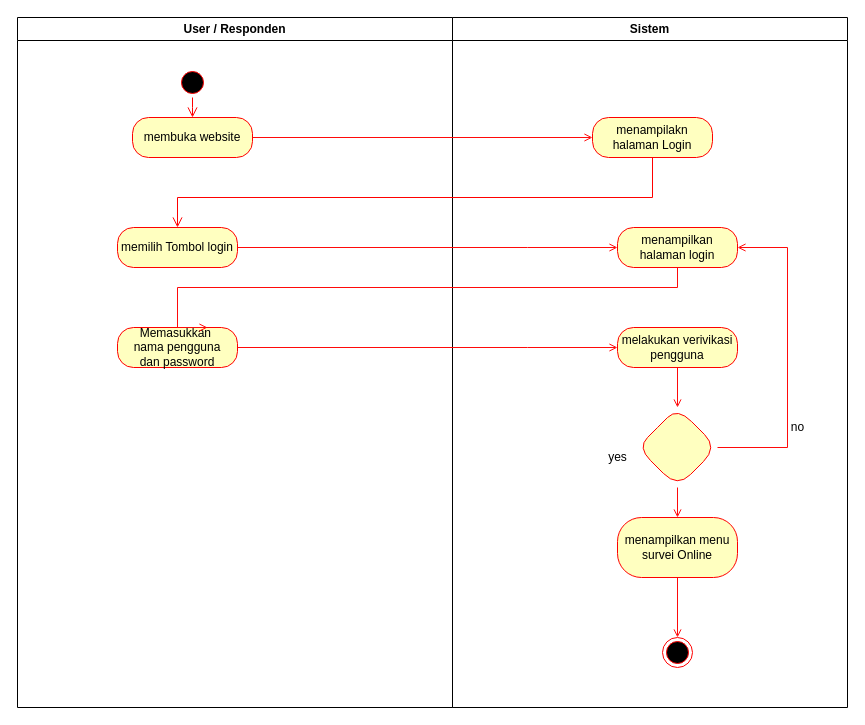
Earlier version of the draw.io diagram Activity Diagram Login Uas.drawio (Tijan01/UAS_APPL). Source tidied: cells renumbered, new cells numbered last; positions are measured from the earlier drawing's top-left corner, leaving out a move shared by most shapes. Both pictures are drawn from the tidied source at 100%, with x=0, y=0 at pixel (17, 17).
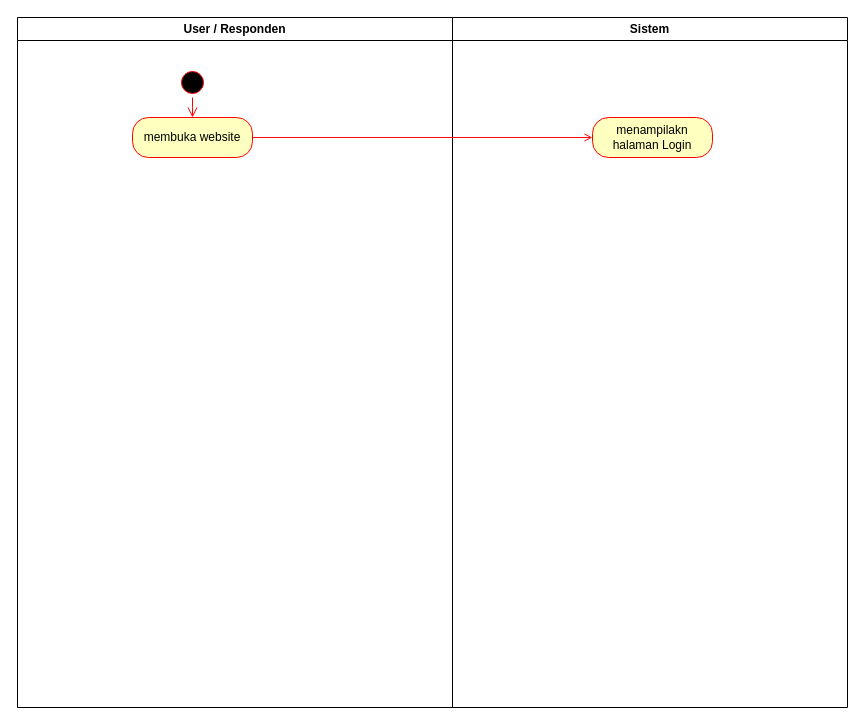
Above is the later version.

Commit message:
Pemutakhiran Activity 1 Uas.drawio

The change refers to these unchanged cells:
```xml
<mxCell id="2" value="User / Responden" style="swimlane;whiteSpace=wrap;startSize=23;" parent="1" vertex="1">
  <mxGeometry width="435" height="690" as="geometry" />
</mxCell>
<mxCell id="6" value="Sistem" style="swimlane;whiteSpace=wrap;" parent="1" vertex="1">
  <mxGeometry x="435" width="395" height="690" as="geometry" />
</mxCell>
<mxCell id="7" value="menampilakn halaman Login" style="rounded=1;whiteSpace=wrap;html=1;arcSize=40;fontColor=#000000;fillColor=#ffffc0;strokeColor=#ff0000;" parent="6" vertex="1">
  <mxGeometry x="140" y="100" width="120" height="40" as="geometry" />
</mxCell>
```

Change to the diagram source:
```diff
@@
-    <mxCell id="4" value="memilih Tombol login" style="rounded=1;whiteSpace=wrap;html=1;arcSize=40;fontColor=#000000;fillColor=#ffffc0;strokeColor=#ff0000;" parent="2" vertex="1">
-      <mxGeometry x="100" y="210" width="120" height="40" as="geometry" />
-    </mxCell>
-    <mxCell id="5" value="Memasukkan&amp;nbsp;&lt;br&gt;nama pengguna&lt;br&gt;dan password" style="rounded=1;whiteSpace=wrap;html=1;arcSize=40;fontColor=#000000;fillColor=#ffffc0;strokeColor=#ff0000;" parent="2" vertex="1">
-      <mxGeometry x="100" y="310" width="120" height="40" as="geometry" />
-    </mxCell>
@@
-    <mxCell id="8" style="edgeStyle=orthogonalEdgeStyle;rounded=0;jettySize=auto;html=1;strokeColor=#FF0A0A;endArrow=open;endFill=0;" parent="6" edge="1" source="9" target="10">
-      <mxGeometry relative="1" as="geometry" />
-    </mxCell>
-    <mxCell id="9" value="melakukan verivikasi pengguna" style="rounded=1;whiteSpace=wrap;html=1;arcSize=40;fontColor=#000000;fillColor=#ffffc0;strokeColor=#ff0000;" parent="6" vertex="1">
-      <mxGeometry x="165" y="310" width="120" height="40" as="geometry" />
-    </mxCell>
-    <mxCell id="10" style="rhombus;whiteSpace=wrap;html=1;fillColor=#ffffc0;strokeColor=#ff0000;fontColor=#000000;rounded=1;arcSize=40;" parent="6" vertex="1">
-      <mxGeometry x="185" y="390" width="80" height="80" as="geometry" />
-    </mxCell>
-    <mxCell id="11" value="menampilkan halaman login" style="rounded=1;whiteSpace=wrap;html=1;arcSize=40;fontColor=#000000;fillColor=#ffffc0;strokeColor=#ff0000;" parent="6" vertex="1">
-      <mxGeometry x="165" y="210" width="120" height="40" as="geometry" />
-    </mxCell>
-    <mxCell id="12" style="edgeStyle=orthogonalEdgeStyle;rounded=0;jettySize=auto;html=1;strokeColor=#FF0A0A;endArrow=open;endFill=0;entryX=1;entryY=0.5;entryDx=0;entryDy=0;" parent="6" edge="1" source="10" target="11">
-      <mxGeometry relative="1" as="geometry">
-        <Array as="points">
-          <mxPoint x="335" y="430" />
-          <mxPoint x="335" y="230" />
-        </Array>
-      </mxGeometry>
-    </mxCell>
-    <mxCell id="13" style="edgeStyle=orthogonalEdgeStyle;rounded=0;jettySize=auto;html=1;strokeColor=#FF0A0A;endArrow=open;endFill=0;" parent="6" edge="1" source="14" target="16">
-      <mxGeometry relative="1" as="geometry" />
-    </mxCell>
-    <mxCell id="14" value="menampilkan menu survei Online" style="whiteSpace=wrap;html=1;fillColor=#ffffc0;strokeColor=#ff0000;fontColor=#000000;rounded=1;arcSize=40;" parent="6" vertex="1">
-      <mxGeometry x="165" y="500" width="120" height="60" as="geometry" />
-    </mxCell>
-    <mxCell id="15" style="edgeStyle=orthogonalEdgeStyle;rounded=0;jettySize=auto;html=1;strokeColor=#FF0A0A;endArrow=open;endFill=0;" parent="6" edge="1" source="10" target="14">
-      <mxGeometry relative="1" as="geometry" />
-    </mxCell>
-    <mxCell id="16" style="ellipse;html=1;shape=endState;fillColor=#000000;strokeColor=#ff0000;" parent="6" vertex="1">
-      <mxGeometry x="210" y="620" width="30" height="30" as="geometry" />
-    </mxCell>
@@
-    <mxCell id="20" style="edgeStyle=orthogonalEdgeStyle;html=1;verticalAlign=bottom;endArrow=open;endSize=8;strokeColor=#ff0000;rounded=0;" parent="1" edge="1" source="7" target="4">
-      <mxGeometry relative="1" as="geometry">
-        <Array as="points">
-          <mxPoint x="635" y="180" />
-          <mxPoint x="160" y="180" />
-        </Array>
-      </mxGeometry>
-    </mxCell>
-    <mxCell id="21" style="edgeStyle=orthogonalEdgeStyle;rounded=0;jettySize=auto;html=1;strokeColor=#FF0A0A;endArrow=open;endFill=0;" parent="1" edge="1" source="5" target="9">
-      <mxGeometry relative="1" as="geometry">
-        <Array as="points">
-          <mxPoint x="510" y="330" />
-          <mxPoint x="510" y="330" />
-        </Array>
-      </mxGeometry>
-    </mxCell>
-    <mxCell id="22" style="edgeStyle=orthogonalEdgeStyle;rounded=0;jettySize=auto;html=1;strokeColor=#FF0A0A;endArrow=open;endFill=0;" parent="1" edge="1" source="4" target="11">
-      <mxGeometry relative="1" as="geometry">
-        <Array as="points">
-          <mxPoint x="510" y="230" />
-          <mxPoint x="510" y="230" />
-        </Array>
-      </mxGeometry>
-    </mxCell>
-    <mxCell id="23" style="edgeStyle=orthogonalEdgeStyle;rounded=0;jettySize=auto;html=1;entryX=0.75;entryY=0;entryDx=0;entryDy=0;strokeColor=#FF0A0A;endArrow=open;endFill=0;" parent="1" edge="1" source="11" target="5">
-      <mxGeometry relative="1" as="geometry">
-        <Array as="points">
-          <mxPoint x="660" y="270" />
-          <mxPoint x="160" y="270" />
-          <mxPoint x="160" y="310" />
-        </Array>
-      </mxGeometry>
-    </mxCell>
-    <mxCell id="24" value="no" style="text;html=1;align=center;verticalAlign=middle;strokeColor=none;fillColor=none;" parent="1" vertex="1">
-      <mxGeometry x="760" y="395" width="40" height="30" as="geometry" />
-    </mxCell>
-    <mxCell id="25" value="yes" style="text;html=1;align=center;verticalAlign=middle;strokeColor=none;fillColor=none;" parent="1" vertex="1">
-      <mxGeometry x="580" y="425" width="40" height="30" as="geometry" />
-    </mxCell>
```
